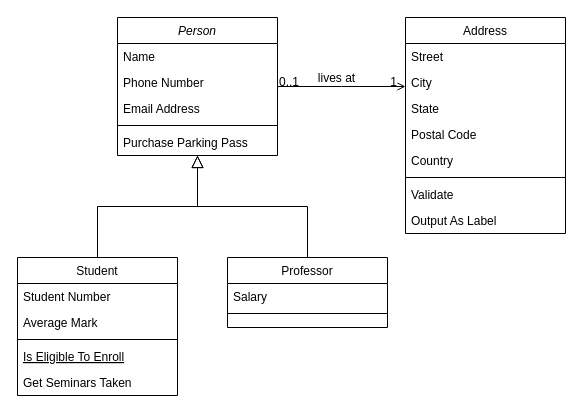
Above: Untitled Diagram.drawio in zarmintaa/Skripsi (draw.io), before the change. Source tidied: cells renumbered, new cells numbered last; positions are measured from the earlier drawing's top-left corner, leaving out a move shared by most shapes. Both pictures are drawn from the tidied source at 100%, with x=0, y=0 at pixel (17, 17).
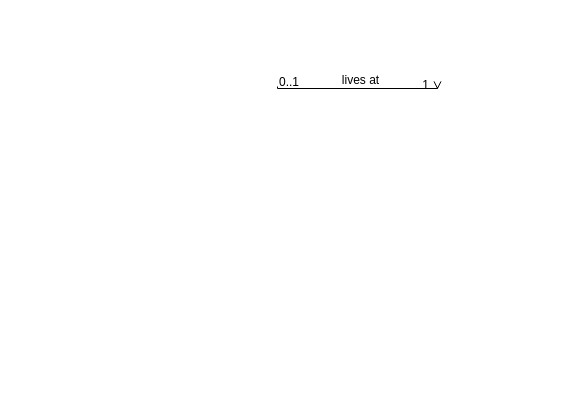
The same diagram, later.

Change to the diagram source:
```diff
@@
-    <mxCell id="2" value="Person" style="swimlane;fontStyle=2;align=center;verticalAlign=top;horizontal=1;startSize=26;rounded=0;shadow=0;strokeWidth=1;" parent="1" vertex="1">
-      <mxGeometry x="100" width="160" height="138" as="geometry" />
-    </mxCell>
-    <mxCell id="3" value="Name" style="text;align=left;verticalAlign=top;spacingLeft=4;spacingRight=4;overflow=hidden;" parent="2" vertex="1">
-      <mxGeometry y="26" width="160" height="26" as="geometry" />
-    </mxCell>
-    <mxCell id="4" value="Phone Number" style="text;align=left;verticalAlign=top;spacingLeft=4;spacingRight=4;overflow=hidden;rounded=0;shadow=0;html=0;" parent="2" vertex="1">
-      <mxGeometry y="52" width="160" height="26" as="geometry" />
-    </mxCell>
-    <mxCell id="5" value="Email Address" style="text;align=left;verticalAlign=top;spacingLeft=4;spacingRight=4;overflow=hidden;rounded=0;shadow=0;html=0;" parent="2" vertex="1">
-      <mxGeometry y="78" width="160" height="26" as="geometry" />
-    </mxCell>
-    <mxCell id="6" style="line;html=1;strokeWidth=1;align=left;verticalAlign=middle;spacingTop=-1;spacingLeft=3;spacingRight=3;labelPosition=right;" parent="2" vertex="1">
-      <mxGeometry y="104" width="160" height="8" as="geometry" />
-    </mxCell>
-    <mxCell id="7" value="Purchase Parking Pass" style="text;align=left;verticalAlign=top;spacingLeft=4;spacingRight=4;overflow=hidden;" parent="2" vertex="1">
-      <mxGeometry y="112" width="160" height="26" as="geometry" />
-    </mxCell>
-    <mxCell id="8" value="Student" style="swimlane;fontStyle=0;align=center;verticalAlign=top;horizontal=1;startSize=26;rounded=0;shadow=0;strokeWidth=1;" parent="1" vertex="1">
-      <mxGeometry y="240" width="160" height="138" as="geometry" />
-    </mxCell>
-    <mxCell id="9" value="Student Number" style="text;align=left;verticalAlign=top;spacingLeft=4;spacingRight=4;overflow=hidden;" parent="8" vertex="1">
-      <mxGeometry y="26" width="160" height="26" as="geometry" />
-    </mxCell>
-    <mxCell id="10" value="Average Mark" style="text;align=left;verticalAlign=top;spacingLeft=4;spacingRight=4;overflow=hidden;rounded=0;shadow=0;html=0;" parent="8" vertex="1">
-      <mxGeometry y="52" width="160" height="26" as="geometry" />
-    </mxCell>
-    <mxCell id="11" style="line;html=1;strokeWidth=1;align=left;verticalAlign=middle;spacingTop=-1;spacingLeft=3;spacingRight=3;labelPosition=right;" parent="8" vertex="1">
-      <mxGeometry y="78" width="160" height="8" as="geometry" />
-    </mxCell>
-    <mxCell id="12" value="Is Eligible To Enroll" style="text;align=left;verticalAlign=top;spacingLeft=4;spacingRight=4;overflow=hidden;fontStyle=4;" parent="8" vertex="1">
-      <mxGeometry y="86" width="160" height="26" as="geometry" />
-    </mxCell>
-    <mxCell id="13" value="Get Seminars Taken" style="text;align=left;verticalAlign=top;spacingLeft=4;spacingRight=4;overflow=hidden;" parent="8" vertex="1">
-      <mxGeometry y="112" width="160" height="26" as="geometry" />
-    </mxCell>
-    <mxCell id="14" style="endArrow=block;endSize=10;endFill=0;shadow=0;strokeWidth=1;rounded=0;edgeStyle=elbowEdgeStyle;elbow=vertical;" parent="1" edge="1" source="8" target="2">
-      <mxGeometry relative="1" as="geometry" />
-    </mxCell>
-    <mxCell id="15" value="Professor" style="swimlane;fontStyle=0;align=center;verticalAlign=top;horizontal=1;startSize=26;rounded=0;shadow=0;strokeWidth=1;" parent="1" vertex="1">
-      <mxGeometry x="210" y="240" width="160" height="70" as="geometry" />
-    </mxCell>
-    <mxCell id="16" value="Salary" style="text;align=left;verticalAlign=top;spacingLeft=4;spacingRight=4;overflow=hidden;" parent="15" vertex="1">
-      <mxGeometry y="26" width="160" height="26" as="geometry" />
-    </mxCell>
-    <mxCell id="17" style="line;html=1;strokeWidth=1;align=left;verticalAlign=middle;spacingTop=-1;spacingLeft=3;spacingRight=3;labelPosition=right;" parent="15" vertex="1">
-      <mxGeometry y="52" width="160" height="8" as="geometry" />
-    </mxCell>
-    <mxCell id="18" style="endArrow=block;endSize=10;endFill=0;shadow=0;strokeWidth=1;rounded=0;edgeStyle=elbowEdgeStyle;elbow=vertical;" parent="1" edge="1" source="15" target="2">
-      <mxGeometry relative="1" as="geometry" />
-    </mxCell>
-    <mxCell id="19" value="Address" style="swimlane;fontStyle=0;align=center;verticalAlign=top;horizontal=1;startSize=26;rounded=0;shadow=0;strokeWidth=1;" parent="1" vertex="1">
-      <mxGeometry x="388" width="160" height="216" as="geometry" />
-    </mxCell>
-    <mxCell id="20" value="Street" style="text;align=left;verticalAlign=top;spacingLeft=4;spacingRight=4;overflow=hidden;" parent="19" vertex="1">
-      <mxGeometry y="26" width="160" height="26" as="geometry" />
-    </mxCell>
-    <mxCell id="21" value="City" style="text;align=left;verticalAlign=top;spacingLeft=4;spacingRight=4;overflow=hidden;rounded=0;shadow=0;html=0;" parent="19" vertex="1">
-      <mxGeometry y="52" width="160" height="26" as="geometry" />
-    </mxCell>
-    <mxCell id="22" value="State" style="text;align=left;verticalAlign=top;spacingLeft=4;spacingRight=4;overflow=hidden;rounded=0;shadow=0;html=0;" parent="19" vertex="1">
-      <mxGeometry y="78" width="160" height="26" as="geometry" />
-    </mxCell>
-    <mxCell id="23" value="Postal Code" style="text;align=left;verticalAlign=top;spacingLeft=4;spacingRight=4;overflow=hidden;rounded=0;shadow=0;html=0;" parent="19" vertex="1">
-      <mxGeometry y="104" width="160" height="26" as="geometry" />
-    </mxCell>
-    <mxCell id="24" value="Country" style="text;align=left;verticalAlign=top;spacingLeft=4;spacingRight=4;overflow=hidden;rounded=0;shadow=0;html=0;" parent="19" vertex="1">
-      <mxGeometry y="130" width="160" height="26" as="geometry" />
-    </mxCell>
-    <mxCell id="25" style="line;html=1;strokeWidth=1;align=left;verticalAlign=middle;spacingTop=-1;spacingLeft=3;spacingRight=3;labelPosition=right;" parent="19" vertex="1">
-      <mxGeometry y="156" width="160" height="8" as="geometry" />
-    </mxCell>
-    <mxCell id="26" value="Validate" style="text;align=left;verticalAlign=top;spacingLeft=4;spacingRight=4;overflow=hidden;" parent="19" vertex="1">
-      <mxGeometry y="164" width="160" height="26" as="geometry" />
-    </mxCell>
-    <mxCell id="27" value="Output As Label" style="text;align=left;verticalAlign=top;spacingLeft=4;spacingRight=4;overflow=hidden;" parent="19" vertex="1">
-      <mxGeometry y="190" width="160" height="26" as="geometry" />
-    </mxCell>
-    <mxCell id="28" style="endArrow=open;shadow=0;strokeWidth=1;rounded=0;endFill=1;edgeStyle=elbowEdgeStyle;elbow=vertical;" parent="1" edge="1" source="2" target="19">
+    <mxCell id="28" style="endArrow=open;shadow=0;strokeWidth=1;rounded=0;endFill=1;edgeStyle=elbowEdgeStyle;elbow=vertical;" parent="1" edge="1">
       <mxGeometry x="0.5" y="41" relative="1" as="geometry">
+        <mxPoint x="260" y="69" as="sourcePoint" />
+        <mxPoint x="420" y="72" as="targetPoint" />
         <mxPoint x="-40" y="32" as="offset" />
       </mxGeometry>
     </mxCell>
```
